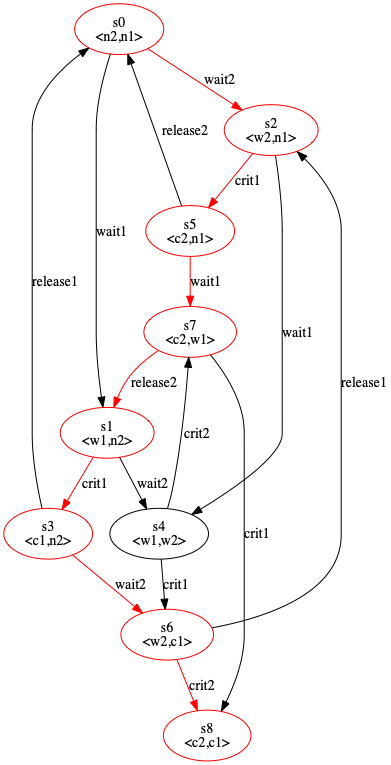
This is transition_system_counterexample.gv.png from mzdachuizhang/Invariant_checking_by_DFS, a Graphviz export, as it was before one commit. Its source is kept beside it as transition_system_counterexample.gv.
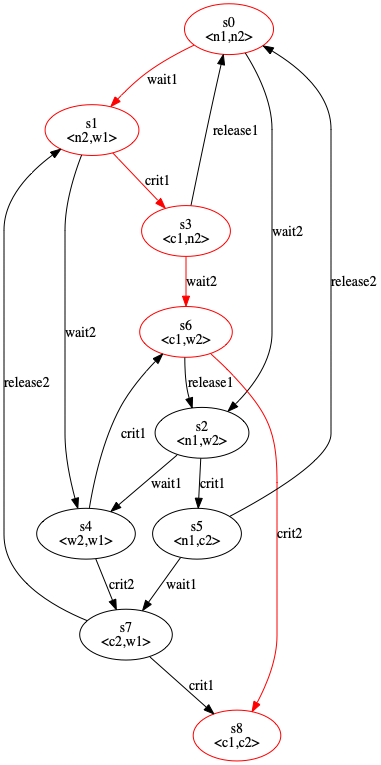
The same diagram one commit later.

The edit, as a diff of the source:
```diff
@@ -1,36 +1,36 @@
 digraph {
 	s0 [label="s0
-<n2,n1>" color=red]
-	s2 [label="s2
-<w2,n1>" color=red]
-	s5 [label="s5
-<c2,n1>" color=red]
-	s7 [label="s7
-<c2,w1>" color=red]
+<n1,n2>" color=red]
 	s1 [label="s1
-<w1,n2>" color=red]
+<n2,w1>" color=red]
 	s3 [label="s3
 <c1,n2>" color=red]
 	s6 [label="s6
-<w2,c1>" color=red]
+<c1,w2>" color=red]
 	s8 [label="s8
-<c2,c1>" color=red]
+<c1,c2>" color=red]
+	s7 [label="s7
+<c2,w1>"]
 	s4 [label="s4
-<w1,w2>"]
-	s0 -> s1 [label=wait1]
-	s0 -> s2 [label=wait2 color=red]
+<w2,w1>"]
+	s5 [label="s5
+<n1,c2>"]
+	s2 [label="s2
+<n1,w2>"]
+	s0 -> s1 [label=wait1 color=red]
+	s0 -> s2 [label=wait2]
 	s1 -> s3 [label=crit1 color=red]
 	s1 -> s4 [label=wait2]
 	s2 -> s4 [label=wait1]
-	s2 -> s5 [label=crit1 color=red]
+	s2 -> s5 [label=crit1]
 	s3 -> s0 [label=release1]
 	s3 -> s6 [label=wait2 color=red]
 	s4 -> s6 [label=crit1]
 	s4 -> s7 [label=crit2]
 	s5 -> s0 [label=release2]
-	s5 -> s7 [label=wait1 color=red]
+	s5 -> s7 [label=wait1]
 	s6 -> s2 [label=release1]
-	s7 -> s1 [label=release2 color=red]
+	s7 -> s1 [label=release2]
 	s6 -> s8 [label=crit2 color=red]
 	s7 -> s8 [label=crit1]
 }
```
